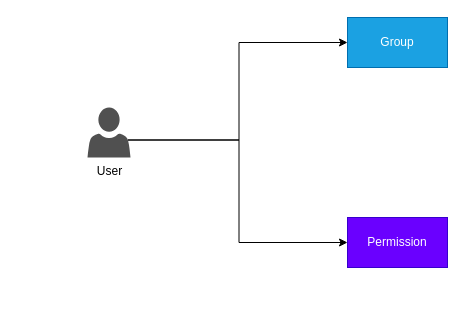
Earlier version of the draw.io diagram page "AuthService" (2 of 34) of Architecture.drawio (AlanEdward19/ShapeUp). Source tidied: cells renumbered, new cells numbered last; positions are measured from the earlier drawing's top-left corner, leaving out a move shared by most shapes. Both pictures are drawn from the tidied source at 100%, with x=0, y=0 at pixel (87, 17).
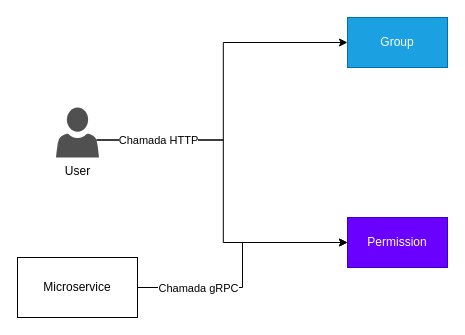
The same page after the edit.

The edit, as a diff of the source:
```diff
@@
 <mxGraphModel>
   <root>
     <mxCell id="0" />
     <mxCell id="1" parent="0" />
     <mxCell id="2" style="edgeStyle=orthogonalEdgeStyle;rounded=0;jettySize=auto;html=1;exitX=0.94;exitY=0.65;exitDx=0;exitDy=0;exitPerimeter=0;entryX=0;entryY=0.5;entryDx=0;entryDy=0;" parent="1" edge="1" source="4" target="6">
       <mxGeometry relative="1" as="geometry" />
     </mxCell>
     <mxCell id="3" style="edgeStyle=orthogonalEdgeStyle;rounded=0;jettySize=auto;html=1;exitX=0.94;exitY=0.65;exitDx=0;exitDy=0;exitPerimeter=0;entryX=0;entryY=0.5;entryDx=0;entryDy=0;" parent="1" edge="1" source="4" target="5">
       <mxGeometry relative="1" as="geometry" />
     </mxCell>
+    <mxCell id="7" value="Chamada HTTP" style="edgeLabel;html=1;align=center;verticalAlign=middle;" parent="3" vertex="1">
+      <mxGeometry x="-0.68" y="-2" relative="1" as="geometry">
+        <mxPoint x="6" y="-2" as="offset" />
+      </mxGeometry>
+    </mxCell>
     <mxCell id="4" value="User" style="sketch=0;shadow=0;dashed=0;html=1;strokeColor=none;labelPosition=center;verticalLabelPosition=bottom;verticalAlign=top;align=center;fillColor=#505050;shape=mxgraph.mscae.intune.account_portal;" parent="1" vertex="1">
-      <mxGeometry y="90" width="43" height="50" as="geometry" />
+      <mxGeometry x="-31.5" y="90" width="43" height="50" as="geometry" />
     </mxCell>
     <mxCell id="5" value="Group" style="whiteSpace=wrap;html=1;fillColor=#1ba1e2;strokeColor=#006EAF;fontColor=#ffffff;" parent="1" vertex="1">
       <mxGeometry x="260" width="100" height="50" as="geometry" />
     </mxCell>
     <mxCell id="6" value="Permission" style="whiteSpace=wrap;html=1;fillColor=#6a00ff;strokeColor=#3700CC;fontColor=#ffffff;" parent="1" vertex="1">
       <mxGeometry x="260" y="200" width="100" height="50" as="geometry" />
     </mxCell>
+    <mxCell id="8" style="edgeStyle=orthogonalEdgeStyle;rounded=0;jettySize=auto;html=1;exitX=1;exitY=0.5;exitDx=0;exitDy=0;entryX=0;entryY=0.5;entryDx=0;entryDy=0;" parent="1" edge="1" source="10" target="6">
+      <mxGeometry relative="1" as="geometry" />
+    </mxCell>
+    <mxCell id="9" value="Chamada gRPC" style="edgeLabel;html=1;align=center;verticalAlign=middle;" parent="8" vertex="1">
+      <mxGeometry x="-0.63" y="1" relative="1" as="geometry">
+        <mxPoint x="13" y="1" as="offset" />
+      </mxGeometry>
+    </mxCell>
+    <mxCell id="10" value="Microservice" style="rounded=0;whiteSpace=wrap;html=1;" parent="1" vertex="1">
+      <mxGeometry x="-70" y="240" width="120" height="60" as="geometry" />
+    </mxCell>
   </root>
 </mxGraphModel>
```
